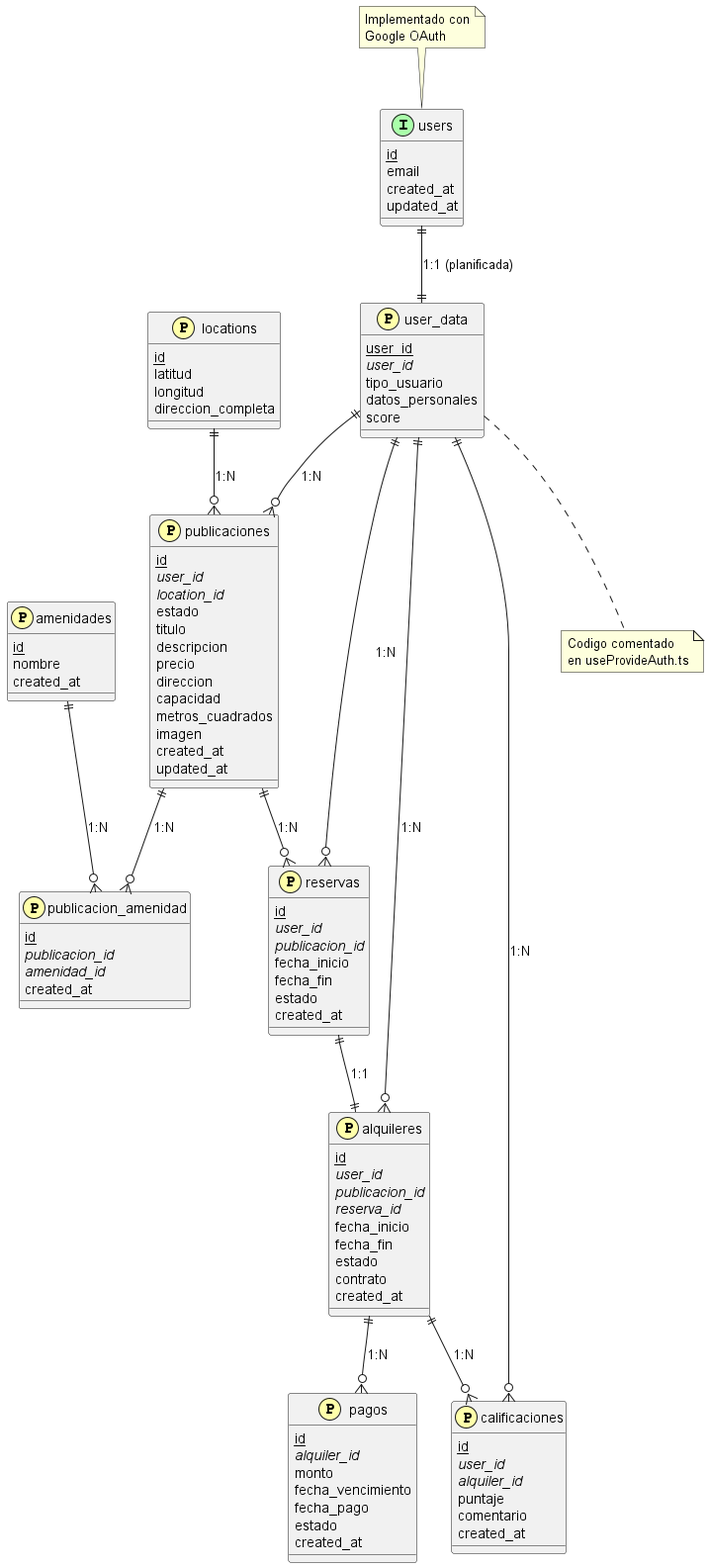
FacuDemarchi/residencias keeps this PlantUML diagram as src/diagrams/entidad_relacion.png. Above is the earlier version.
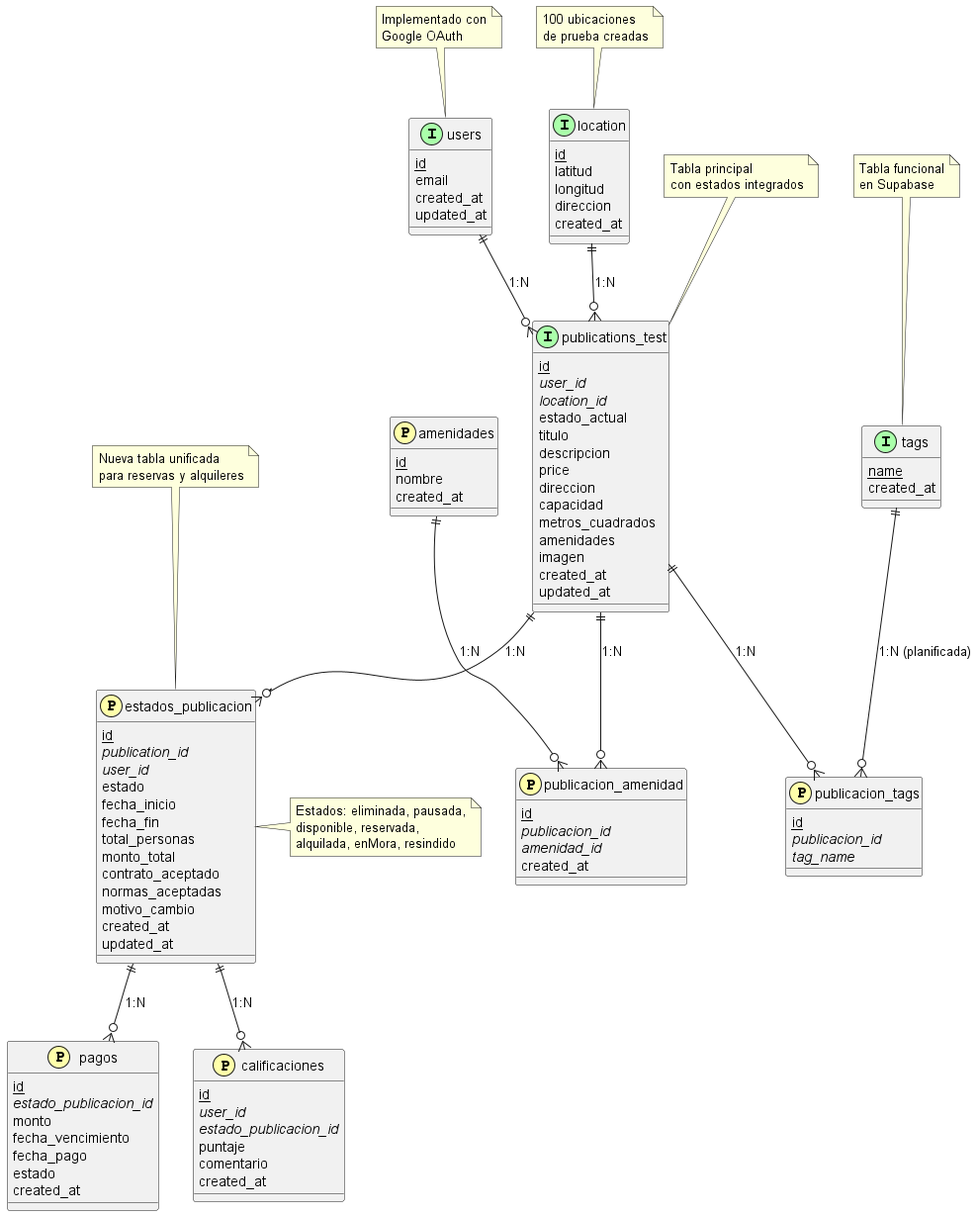
Above is the later version.

What changed in the source:
```diff
@@ -13,41 +13,58 @@
   updated_at
 }
 
-planned(user_data) {
-  primary_key(user_id)
-  foreign_key(user_id)
-  tipo_usuario
-  datos_personales
-  score
+implemented(tags) {
+  primary_key(name)
+  created_at
 }
 
-planned(locations) {
+
+
+implemented(location) {
   primary_key(id)
   latitud
   longitud
-  direccion_completa
+  direccion
+  created_at
+}
+
+implemented(publications_test) {
+  primary_key(id)
+  foreign_key(user_id)
+  foreign_key(location_id)
+  estado_actual
+  titulo
+  descripcion
+  price
+  direccion
+  capacidad
+  metros_cuadrados
+  amenidades
+  imagen
+  created_at
+  updated_at
+}
+
+planned(estados_publicacion) {
+  primary_key(id)
+  foreign_key(publication_id)
+  foreign_key(user_id)
+  estado
+  fecha_inicio
+  fecha_fin
+  total_personas
+  monto_total
+  contrato_aceptado
+  normas_aceptadas
+  motivo_cambio
+  created_at
+  updated_at
 }
 
 planned(amenidades) {
   primary_key(id)
   nombre
   created_at
-}
-
-planned(publicaciones) {
-  primary_key(id)
-  foreign_key(user_id)
-  foreign_key(location_id)
-  estado
-  titulo
-  descripcion
-  precio
-  direccion
-  capacidad
-  metros_cuadrados
-  imagen
-  created_at
-  updated_at
 }
 
 planned(publicacion_amenidad) {
@@ -57,31 +74,9 @@
   created_at
 }
 
-planned(reservas) {
-  primary_key(id)
-  foreign_key(user_id)
-  foreign_key(publicacion_id)
-  fecha_inicio
-  fecha_fin
-  estado
-  created_at
-}
-
-planned(alquileres) {
-  primary_key(id)
-  foreign_key(user_id)
-  foreign_key(publicacion_id)
-  foreign_key(reserva_id)
-  fecha_inicio
-  fecha_fin
-  estado
-  contrato
-  created_at
-}
-
 planned(pagos) {
   primary_key(id)
-  foreign_key(alquiler_id)
+  foreign_key(estado_publicacion_id)
   monto
   fecha_vencimiento
   fecha_pago
@@ -92,27 +87,36 @@
 planned(calificaciones) {
   primary_key(id)
   foreign_key(user_id)
-  foreign_key(alquiler_id)
+  foreign_key(estado_publicacion_id)
   puntaje
   comentario
   created_at
 }
 
-users ||--|| user_data : "1:1 (planificada)"
+planned(publicacion_tags) {
+  primary_key(id)
+  foreign_key(publicacion_id)
+  foreign_key(tag_name)
+}
 
-user_data ||--o{ publicaciones : "1:N"
-user_data ||--o{ reservas : "1:N"
-user_data ||--o{ alquileres : "1:N"
-user_data ||--o{ calificaciones : "1:N"
-locations ||--o{ publicaciones : "1:N"
-publicaciones ||--o{ reservas : "1:N"
-publicaciones ||--o{ publicacion_amenidad : "1:N"
+tags ||--o{ publicacion_tags : "1:N (planificada)"
+
+users ||--o{ publications_test : "1:N"
+location ||--o{ publications_test : "1:N"
+
+publications_test ||--o{ estados_publicacion : "1:N"
+estados_publicacion ||--o{ pagos : "1:N"
+estados_publicacion ||--o{ calificaciones : "1:N"
+
+publications_test ||--o{ publicacion_tags : "1:N"
+publications_test ||--o{ publicacion_amenidad : "1:N"
 amenidades ||--o{ publicacion_amenidad : "1:N"
-reservas ||--|| alquileres : "1:1"
-alquileres ||--o{ pagos : "1:N"
-alquileres ||--o{ calificaciones : "1:N"
 
 note top of users : Implementado con\nGoogle OAuth
-note bottom of user_data : Codigo comentado\nen useProvideAuth.ts
+note top of tags : Tabla funcional\nen Supabase
+note top of location : 100 ubicaciones\nde prueba creadas
+note top of publications_test : Tabla principal\ncon estados integrados
+note top of estados_publicacion : Nueva tabla unificada\npara reservas y alquileres
+note right of estados_publicacion : Estados: eliminada, pausada,\ndisponible, reservada,\nalquilada, enMora, resindido
 
 @enduml
```
